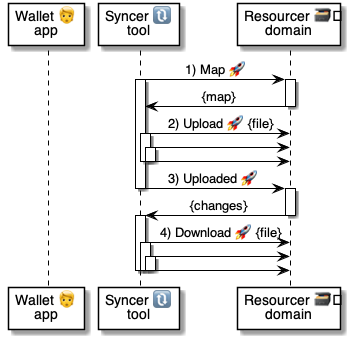
Before: 5 ⏩ Flows/77 🔃⏩ Syncer/.📎 Assets/sync.png, a diagram exported from PlantUML (pollyweb-org/pollyweb-docs). Its source is kept beside it as 5 ⏩ Flows/77 🔃⏩ Syncer/.📎 Assets/sync.puml.
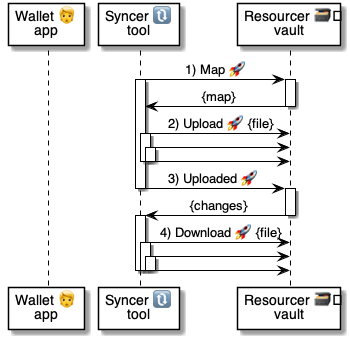
The same diagram one commit later.

What changed in the source:
```diff
@@ -1,8 +1,8 @@
-@startuml Handle
+@startuml Sync
 
 participant "Wallet 🧑\napp" as wallet
 participant "Syncer 🔃\ntool" as syncer
-participant "Resourcer 🗃️\ndomain" as resourcer
+participant "Resourcer 🗃️\nvault" as resourcer
 
 syncer -> resourcer: 1) Map 🚀
 activate syncer
```
